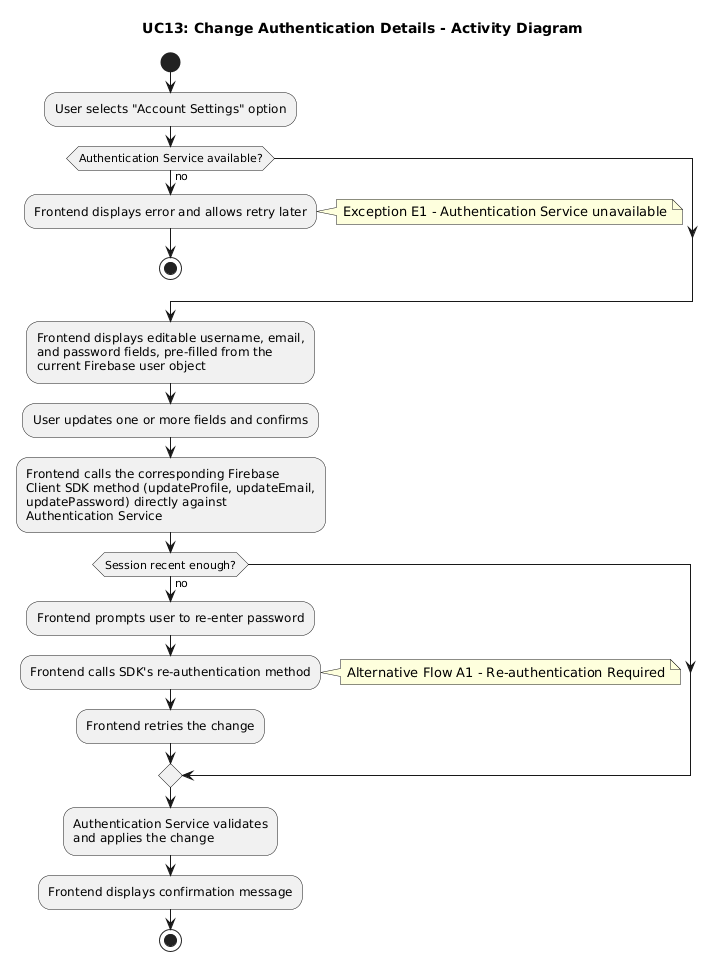
Before: requirements/activity_diagrams/UC13_Change_Authentication_Details.png, a diagram exported from PlantUML (ManosMorf97/Weather-Forecasts-AI-Remastered). The source it was exported from:
```plantuml
@startuml
title UC13: Change Authentication Details - Activity Diagram

start
:User selects "Account Settings" option;

if (Authentication Service available?) then (no)
  :Frontend displays error and allows retry later;
  note right: Exception E1 - Authentication Service unavailable
  stop
endif

:Frontend displays editable username, email,
and password fields, pre-filled from the
current Firebase user object;
:User updates one or more fields and confirms;
:Frontend calls the corresponding Firebase
Client SDK method (updateProfile, updateEmail,
updatePassword) directly against
Authentication Service;

if (Session recent enough?) then (no)
  :Frontend prompts user to re-enter password;
  :Frontend calls SDK's re-authentication method;
  note right: Alternative Flow A1 - Re-authentication Required
  :Frontend retries the change;
endif

:Authentication Service validates
and applies the change;
:Frontend displays confirmation message;
stop
@enduml
```
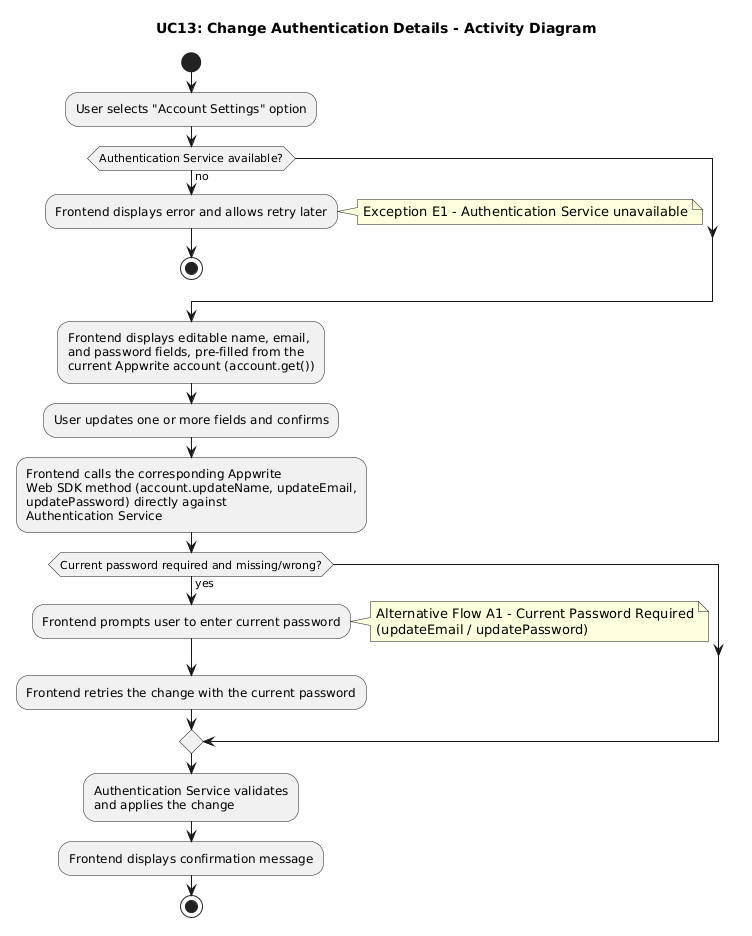
The same diagram one commit later.

Diff of the diagram source:
```diff
@@ -10,20 +10,19 @@
   stop
 endif
 
-:Frontend displays editable username, email,
+:Frontend displays editable name, email,
 and password fields, pre-filled from the
-current Firebase user object;
+current Appwrite account (account.get());
 :User updates one or more fields and confirms;
-:Frontend calls the corresponding Firebase
-Client SDK method (updateProfile, updateEmail,
+:Frontend calls the corresponding Appwrite
+Web SDK method (account.updateName, updateEmail,
 updatePassword) directly against
 Authentication Service;
 
-if (Session recent enough?) then (no)
-  :Frontend prompts user to re-enter password;
-  :Frontend calls SDK's re-authentication method;
-  note right: Alternative Flow A1 - Re-authentication Required
-  :Frontend retries the change;
+if (Current password required and missing/wrong?) then (yes)
+  :Frontend prompts user to enter current password;
+  note right: Alternative Flow A1 - Current Password Required\n(updateEmail / updatePassword)
+  :Frontend retries the change with the current password;
 endif
 
 :Authentication Service validates
```
